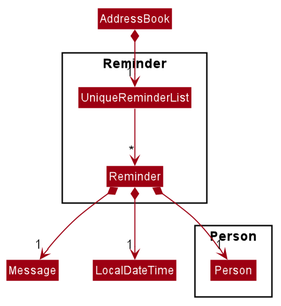
The PlantUML diagram docs/images/ReminderClassDiagram.png in sebastiantoh/tp, before a commit. Its source is kept beside it as docs/diagrams/ReminderClassDiagram.puml.
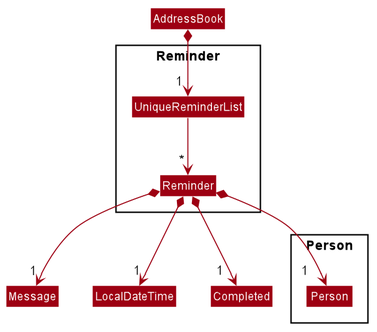
Above is the later version.

Commit message:
Fix overlapping multiplicity in class diagrams

Change to the diagram source:
```diff
@@ -6,21 +6,22 @@
 
 Class AddressBook
 
-Package Reminder <<Rectangle>>{
+Package Reminder\n <<Rectangle>>{
     Class Reminder
     Class UniqueReminderList
 }
 
-AddressBook *--> "1" UniqueReminderList
-UniqueReminderList --> "*" Reminder
 
-Package Person {
+AddressBook *--> "     1" UniqueReminderList
+UniqueReminderList --> "    *" Reminder
+
+Package Person\n {
     Class Person
 }
 
-Reminder *--> "1" Person
+Reminder *--> "                   1" Person
 Reminder *--> "1" Message
 Reminder *--> "1" LocalDateTime
-Reminder *--> "1" Completed
+Reminder *--> "            1" Completed
 
 @enduml
```
